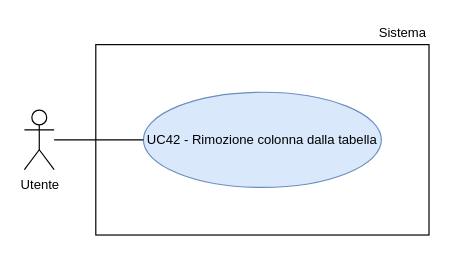
This is RTB/doc_esterna/analisi-dei-requisiti/assets/draw.io/UC42.drawio from thebitless-group-swe/thebitless.github.io, a draw.io file, before an edit. Source tidied: cells renumbered, new cells numbered last; positions are measured from the earlier drawing's top-left corner, leaving out a move shared by most shapes. Both pictures are drawn from the tidied source at 119%, with x=0, y=0 at pixel (24, 20).
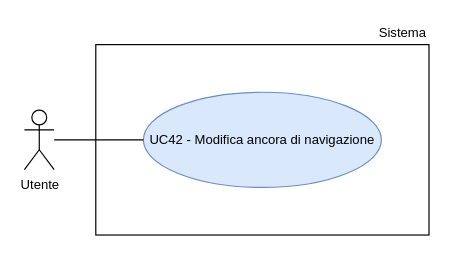
The same diagram, later.

The edit, as a diff of the source:
```diff
@@
 <mxGraphModel>
   <root>
     <mxCell id="0" />
     <mxCell id="1" parent="0" />
     <mxCell id="2" value="Utente" style="shape=umlActor;verticalLabelPosition=bottom;verticalAlign=top;html=1;outlineConnect=0;fontSize=11;" parent="1" vertex="1">
       <mxGeometry y="75" width="25" height="50" as="geometry" />
     </mxCell>
-    <mxCell id="3" style="rounded=0;whiteSpace=wrap;html=1;strokeWidth=1;" parent="1" vertex="1">
-      <mxGeometry x="60" y="20" width="280" height="160" as="geometry" />
-    </mxCell>
+    <mxCell id="7" style="rounded=0;whiteSpace=wrap;html=1;strokeWidth=1;" parent="1" vertex="1">
+      <mxGeometry x="60" y="20" width="280" height="160" as="geometry" />
+    </mxCell>
     <mxCell id="4" value="Sistema" style="text;html=1;whiteSpace=wrap;strokeColor=none;fillColor=none;align=right;verticalAlign=middle;fontSize=11;" parent="1" vertex="1">
       <mxGeometry x="270" width="70" height="20" as="geometry" />
     </mxCell>
-    <mxCell id="5" value="UC42 - Rimozione colonna dalla tabella" style="ellipse;whiteSpace=wrap;html=1;fillColor=#dae8fc;strokeColor=#6c8ebf;fontSize=11;" parent="1" vertex="1">
-      <mxGeometry x="100" y="60" width="200" height="80" as="geometry" />
-    </mxCell>
-    <mxCell id="6" style="edgeStyle=none;rounded=0;jettySize=auto;html=1;endArrow=none;endFill=0;" parent="1" edge="1" source="2" target="5">
-      <mxGeometry relative="1" as="geometry" />
-    </mxCell>
+    <mxCell id="8" value="UC42 - Modifica ancora di navigazione" style="ellipse;whiteSpace=wrap;html=1;fillColor=#dae8fc;strokeColor=#6c8ebf;fontSize=11;" parent="1" vertex="1">
+      <mxGeometry x="100" y="60" width="200" height="80" as="geometry" />
+    </mxCell>
+    <mxCell id="9" style="edgeStyle=none;rounded=0;jettySize=auto;html=1;endArrow=none;endFill=0;" parent="1" edge="1" source="2" target="8">
+      <mxGeometry relative="1" as="geometry" />
+    </mxCell>
   </root>
 </mxGraphModel>
```
